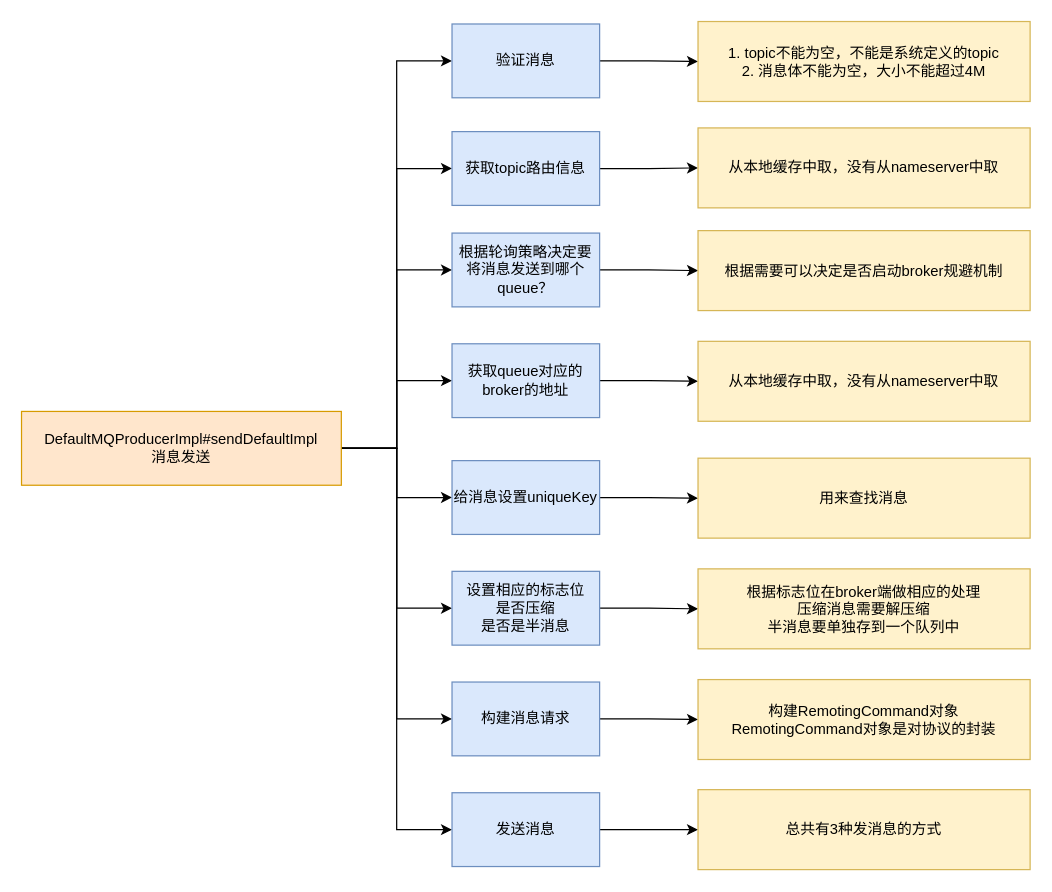
Earlier version of the draw.io diagram rocketmq/消息发送的流程.drawio (erlieStar/diagrams). Source tidied: cells renumbered, new cells numbered last; positions are measured from the earlier drawing's top-left corner, leaving out a move shared by most shapes. Both pictures are drawn from the tidied source at 123%, with x=0, y=0 at pixel (21, 21).
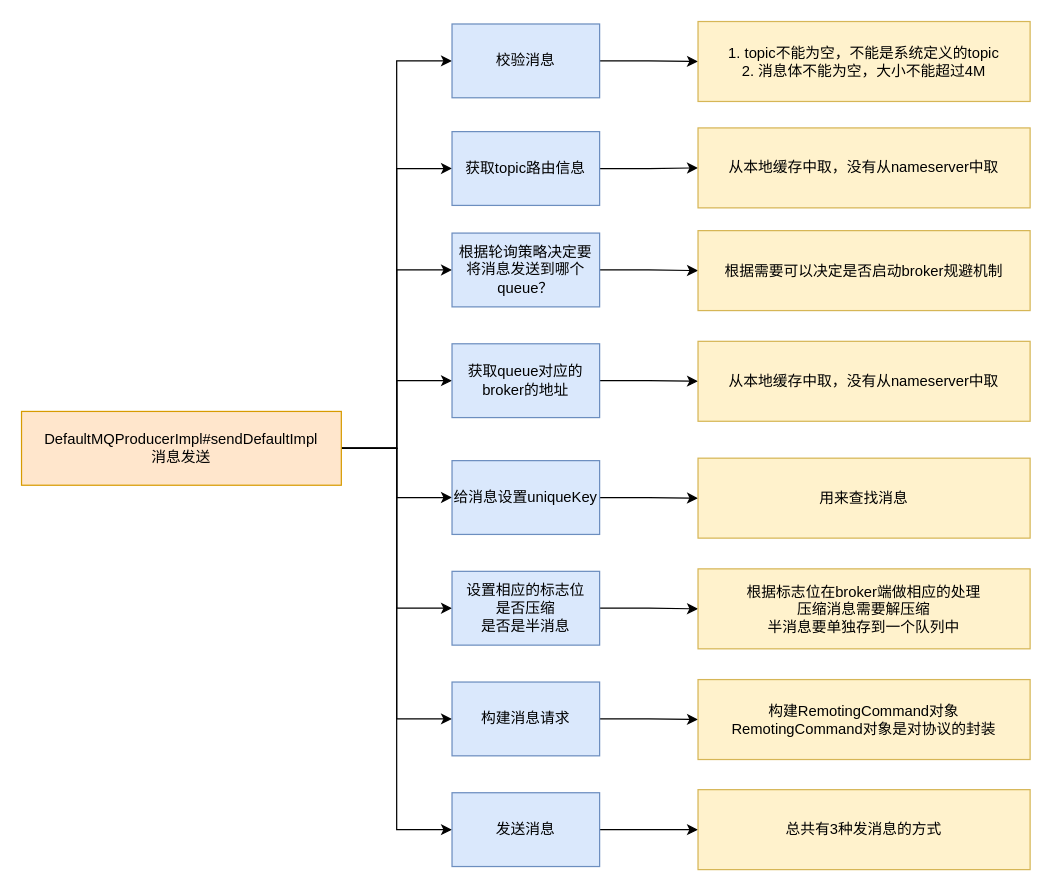
After the change.

Diff of the diagram source:
```diff
@@
-    <mxCell id="12" value="验证消息" style="rounded=0;whiteSpace=wrap;html=1;strokeColor=#6c8ebf;fillColor=#dae8fc;" parent="1" vertex="1">
+    <mxCell id="12" value="校验消息" style="rounded=0;whiteSpace=wrap;html=1;strokeColor=#6c8ebf;fillColor=#dae8fc;" parent="1" vertex="1">
       <mxGeometry x="350" y="2" width="120" height="60" as="geometry" />
     </mxCell>
```
